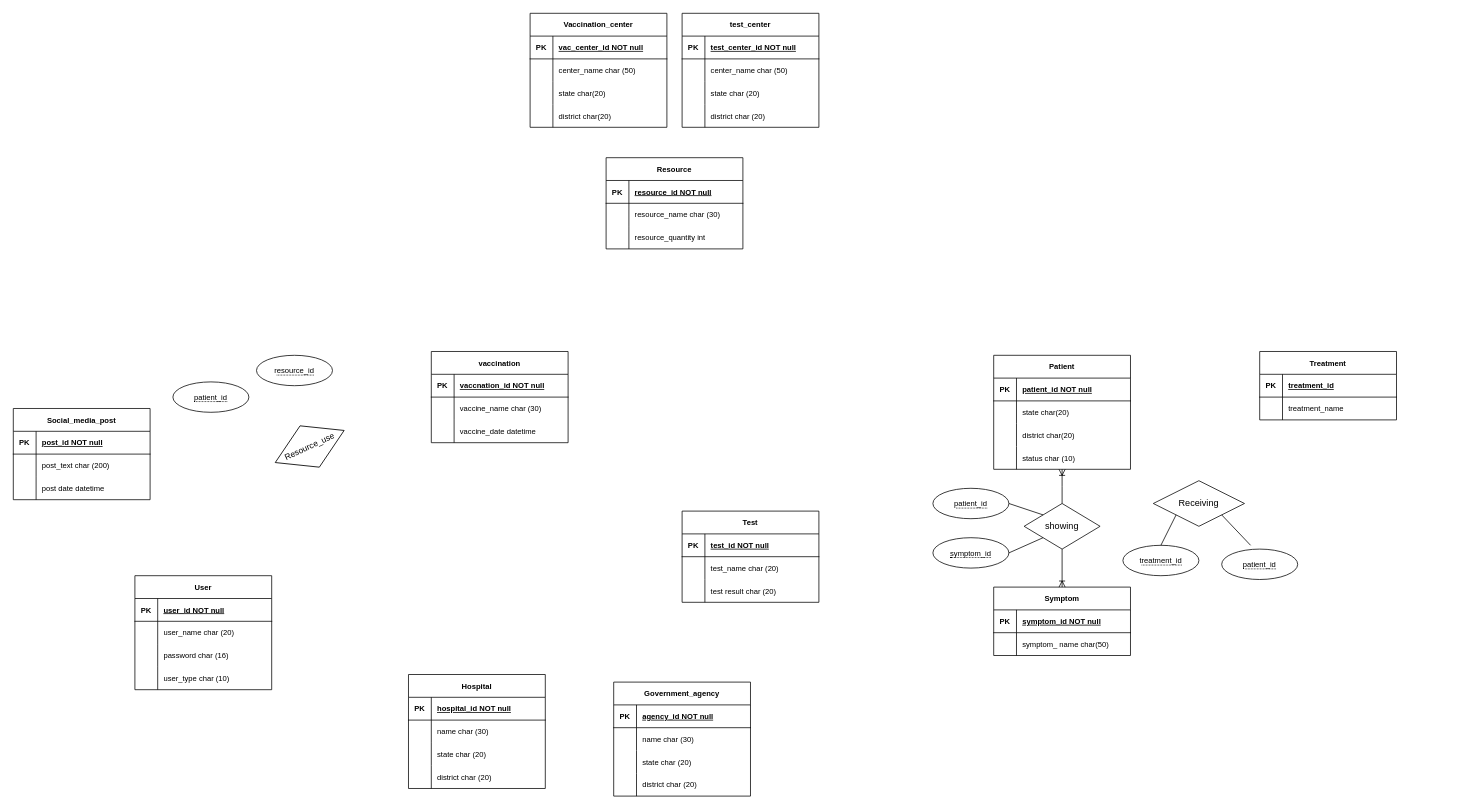
Above: DBMS_Lab/ER.drawio in nespar7/Spring_23 (draw.io), before the change. Source tidied: cells renumbered, new cells numbered last; positions are measured from the earlier drawing's top-left corner, leaving out a move shared by most shapes. Both pictures are drawn from the tidied source at 76%, with x=0, y=0 at pixel (13, 13).
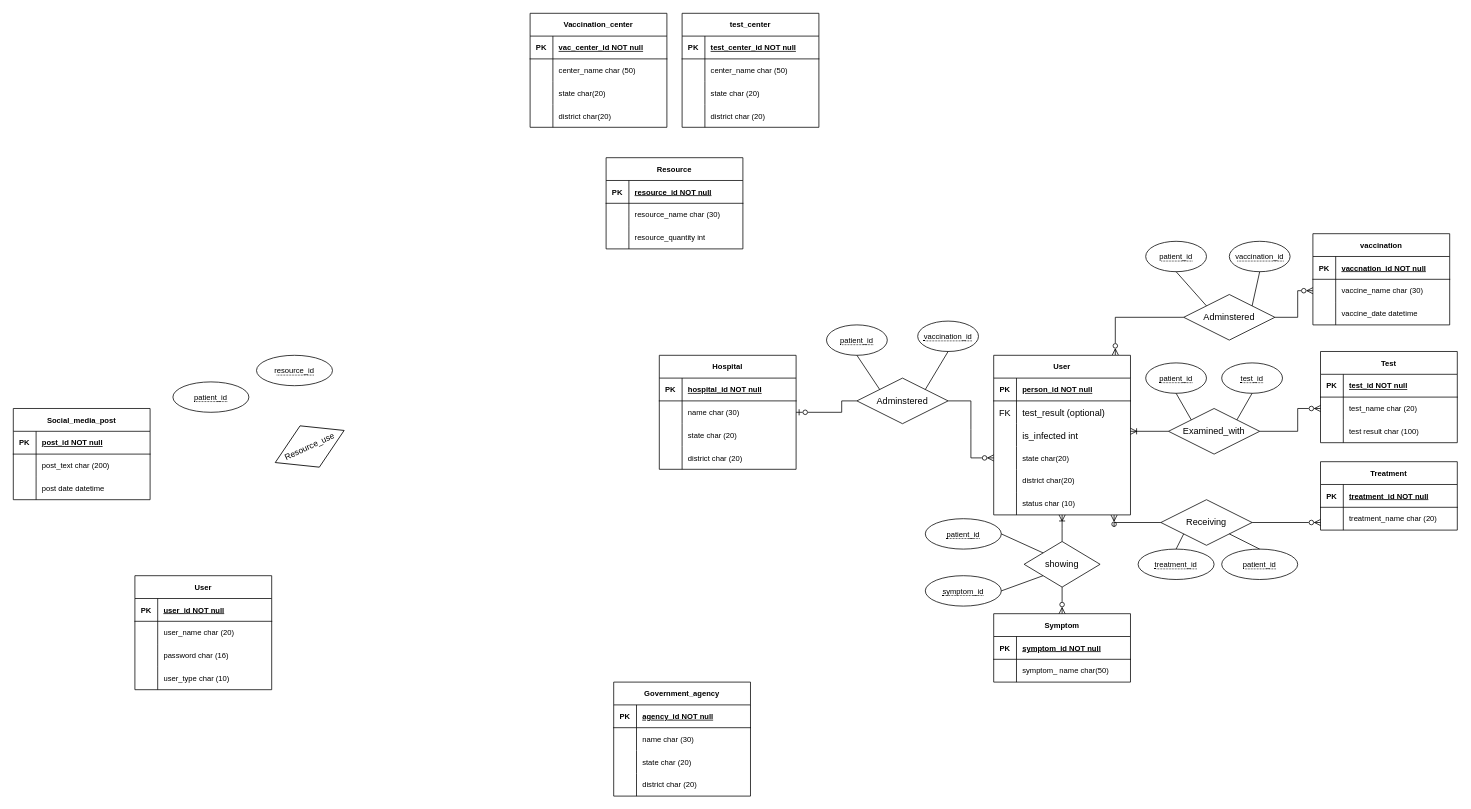
After the change.

The change refers to these unchanged cells:
```xml
<mxCell id="9" value="&lt;span style=&quot;border-bottom: 1px dotted&quot;&gt;patient_id&lt;/span&gt;" style="ellipse;whiteSpace=wrap;html=1;align=center;fontSize=10;rotation=0;" parent="1" vertex="1">
  <mxGeometry x="1590" y="705" width="100" height="40" as="geometry" />
</mxCell>
<mxCell id="19" style="shape=tableRow;horizontal=0;startSize=0;swimlaneHead=0;swimlaneBody=0;fillColor=none;top=0;left=0;right=0;bottom=1;fontSize=10;" parent="18" vertex="1">
  <mxGeometry y="30" width="180" height="30" as="geometry" />
</mxCell>
<mxCell id="61" style="shape=tableRow;horizontal=0;startSize=0;swimlaneHead=0;swimlaneBody=0;fillColor=none;points=[[0,0.5],[1,0.5]];portConstraint=eastwest;top=0;left=0;right=0;bottom=0;fontSize=10;" parent="57" vertex="1">
  <mxGeometry y="60" width="180" height="30" as="geometry" />
</mxCell>
<mxCell id="64" style="shape=tableRow;horizontal=0;startSize=0;swimlaneHead=0;swimlaneBody=0;fillColor=none;top=0;left=0;right=0;bottom=0;fontSize=10;" parent="57" vertex="1">
  <mxGeometry y="90" width="180" height="30" as="geometry" />
</mxCell>
<mxCell id="71" style="shape=tableRow;horizontal=0;startSize=0;swimlaneHead=0;swimlaneBody=0;fillColor=none;points=[[0,0.5],[1,0.5]];portConstraint=eastwest;top=0;left=0;right=0;bottom=0;fontSize=10;" parent="67" vertex="1">
  <mxGeometry y="60" width="180" height="30" as="geometry" />
</mxCell>
<mxCell id="88" style="shape=tableRow;horizontal=0;startSize=0;swimlaneHead=0;swimlaneBody=0;fillColor=none;top=0;left=0;right=0;bottom=1;fontSize=10;" parent="87" vertex="1">
  <mxGeometry y="30" width="180" height="30" as="geometry" />
</mxCell>
<mxCell id="91" style="shape=tableRow;horizontal=0;startSize=0;swimlaneHead=0;swimlaneBody=0;fillColor=none;top=0;left=0;right=0;bottom=0;fontSize=10;" parent="87" vertex="1">
  <mxGeometry y="60" width="180" height="30" as="geometry" />
</mxCell>
<mxCell id="121" style="shape=tableRow;horizontal=0;startSize=0;swimlaneHead=0;swimlaneBody=0;fillColor=none;points=[[0,0.5],[1,0.5]];portConstraint=eastwest;top=0;left=0;right=0;bottom=0;fontSize=10;" parent="117" vertex="1">
  <mxGeometry y="60" width="180" height="30" as="geometry" />
</mxCell>
```

Diff of the diagram source:
```diff
@@
     <mxCell id="2" value="showing" style="shape=rhombus;perimeter=rhombusPerimeter;whiteSpace=wrap;html=1;align=center;shadow=0;sketch=0;rotation=0;" parent="1" vertex="1">
-      <mxGeometry x="1330" y="645" width="100" height="60" as="geometry" />
+      <mxGeometry x="1330" y="695" width="100" height="60" as="geometry" />
     </mxCell>
     <mxCell id="3" value="&lt;span style=&quot;border-bottom: 1px dotted&quot;&gt;symptom_id&lt;/span&gt;" style="ellipse;whiteSpace=wrap;html=1;align=center;fontSize=10;" parent="1" vertex="1">
-      <mxGeometry x="1210" y="690" width="100" height="40" as="geometry" />
+      <mxGeometry x="1200" y="740" width="100" height="40" as="geometry" />
     </mxCell>
     <mxCell id="4" value="&lt;span style=&quot;border-bottom: 1px dotted&quot;&gt;patient_id&lt;/span&gt;" style="ellipse;whiteSpace=wrap;html=1;align=center;fontSize=10;" parent="1" vertex="1">
-      <mxGeometry x="1210" y="625" width="100" height="40" as="geometry" />
+      <mxGeometry x="1200" y="665" width="100" height="40" as="geometry" />
     </mxCell>
@@
     <mxCell id="8" value="&lt;font style=&quot;font-size: 12px;&quot;&gt;Receiving&lt;/font&gt;" style="shape=rhombus;perimeter=rhombusPerimeter;whiteSpace=wrap;html=1;align=center;rounded=0;shadow=0;sketch=0;fontSize=11;rotation=0;" parent="1" vertex="1">
-      <mxGeometry x="1500" y="615" width="120" height="60" as="geometry" />
+      <mxGeometry x="1510" y="640" width="120" height="60" as="geometry" />
     </mxCell>
@@
     <mxCell id="10" value="&lt;span style=&quot;border-bottom: 1px dotted&quot;&gt;treatment_id&lt;/span&gt;" style="ellipse;whiteSpace=wrap;html=1;align=center;fontSize=10;rotation=0;" parent="1" vertex="1">
-      <mxGeometry x="1460" y="700" width="100" height="40" as="geometry" />
+      <mxGeometry x="1480" y="705" width="100" height="40" as="geometry" />
     </mxCell>
     <mxCell id="11" value="Symptom" style="shape=table;startSize=30;childLayout=tableLayout;rowLines=0;fontStyle=1;align=center;fontSize=10;" parent="1" vertex="1">
-      <mxGeometry x="1290" y="755" width="180" height="90" as="geometry" />
+      <mxGeometry x="1290" y="790" width="180" height="90" as="geometry" />
     </mxCell>
@@
-    <mxCell id="18" value="Patient" style="shape=table;startSize=30;childLayout=tableLayout;rowLines=0;fontStyle=1;align=center;fontSize=10;" parent="1" vertex="1">
-      <mxGeometry x="1290" y="450" width="180" height="150" as="geometry" />
+    <mxCell id="18" value="User" style="shape=table;startSize=30;childLayout=tableLayout;rowLines=0;fontStyle=1;align=center;fontSize=10;" parent="1" vertex="1">
+      <mxGeometry x="1290" y="450" width="180" height="210" as="geometry" />
     </mxCell>
@@
-    <mxCell id="21" value="patient_id NOT null" style="shape=partialRectangle;fillColor=none;top=0;left=0;bottom=0;right=0;align=left;spacingLeft=6;fontStyle=5;overflow=hidden;fontSize=10;" parent="19" vertex="1">
+    <mxCell id="21" value="person_id NOT null" style="shape=partialRectangle;fillColor=none;top=0;left=0;bottom=0;right=0;align=left;spacingLeft=6;fontStyle=5;overflow=hidden;fontSize=10;" parent="19" vertex="1">
       <mxGeometry x="30" width="150" height="30" as="geometry" />
     </mxCell>
+    <mxCell id="149" style="shape=tableRow;horizontal=0;startSize=0;swimlaneHead=0;swimlaneBody=0;fillColor=none;top=0;left=0;right=0;bottom=0;" parent="18" vertex="1">
+      <mxGeometry y="60" width="180" height="30" as="geometry" />
+    </mxCell>
+    <mxCell id="150" value="FK" style="shape=partialRectangle;fillColor=none;top=0;left=0;bottom=0;right=0;fontStyle=0;overflow=hidden;" parent="149" vertex="1">
+      <mxGeometry width="30" height="30" as="geometry" />
+    </mxCell>
+    <mxCell id="151" value="test_result (optional)" style="shape=partialRectangle;fillColor=none;top=0;left=0;bottom=0;right=0;align=left;spacingLeft=6;fontStyle=0;overflow=hidden;" parent="149" vertex="1">
+      <mxGeometry x="30" width="150" height="30" as="geometry" />
+    </mxCell>
+    <mxCell id="152" style="shape=tableRow;horizontal=0;startSize=0;swimlaneHead=0;swimlaneBody=0;fillColor=none;top=0;left=0;right=0;bottom=0;" parent="18" vertex="1">
+      <mxGeometry y="90" width="180" height="30" as="geometry" />
+    </mxCell>
+    <mxCell id="153" style="shape=partialRectangle;fillColor=none;top=0;left=0;bottom=0;right=0;overflow=hidden;" parent="152" vertex="1">
+      <mxGeometry width="30" height="30" as="geometry" />
+    </mxCell>
+    <mxCell id="154" value="is_infected int" style="shape=partialRectangle;fillColor=none;top=0;left=0;bottom=0;right=0;align=left;spacingLeft=6;overflow=hidden;" parent="152" vertex="1">
+      <mxGeometry x="30" width="150" height="30" as="geometry" />
+    </mxCell>
     <mxCell id="22" style="shape=tableRow;horizontal=0;startSize=0;swimlaneHead=0;swimlaneBody=0;fillColor=none;points=[[0,0.5],[1,0.5]];portConstraint=eastwest;top=0;left=0;right=0;bottom=0;fontSize=10;" parent="18" vertex="1">
-      <mxGeometry y="60" width="180" height="30" as="geometry" />
+      <mxGeometry y="120" width="180" height="30" as="geometry" />
     </mxCell>
@@
     <mxCell id="25" style="shape=tableRow;horizontal=0;startSize=0;swimlaneHead=0;swimlaneBody=0;fillColor=none;top=0;left=0;right=0;bottom=0;fontSize=10;" parent="18" vertex="1">
-      <mxGeometry y="90" width="180" height="30" as="geometry" />
+      <mxGeometry y="150" width="180" height="30" as="geometry" />
     </mxCell>
@@
     <mxCell id="28" style="shape=tableRow;horizontal=0;startSize=0;swimlaneHead=0;swimlaneBody=0;fillColor=none;points=[[0,0.5],[1,0.5]];portConstraint=eastwest;top=0;left=0;right=0;bottom=0;fontSize=10;" parent="18" vertex="1">
-      <mxGeometry y="120" width="180" height="30" as="geometry" />
+      <mxGeometry y="180" width="180" height="30" as="geometry" />
     </mxCell>
@@
     <mxCell id="57" value="Test" style="shape=table;startSize=30;childLayout=tableLayout;rowLines=0;fontStyle=1;align=center;fontSize=10;" parent="1" vertex="1">
-      <mxGeometry x="880" y="655" width="180" height="120" as="geometry" />
+      <mxGeometry x="1720" y="445" width="180" height="120" as="geometry" />
     </mxCell>
@@
-    <mxCell id="66" value="test result char (20)" style="shape=partialRectangle;fillColor=none;top=0;left=0;bottom=0;right=0;align=left;spacingLeft=6;overflow=hidden;fontSize=10;" parent="64" vertex="1">
+    <mxCell id="66" value="test result char (100)" style="shape=partialRectangle;fillColor=none;top=0;left=0;bottom=0;right=0;align=left;spacingLeft=6;overflow=hidden;fontSize=10;" parent="64" vertex="1">
       <mxGeometry x="30" width="150" height="30" as="geometry" />
     </mxCell>
     <mxCell id="67" value="vaccination" style="shape=table;startSize=30;childLayout=tableLayout;rowLines=0;fontStyle=1;align=center;fontSize=10;" parent="1" vertex="1">
-      <mxGeometry x="550" y="445" width="180" height="120" as="geometry" />
+      <mxGeometry x="1710" y="290" width="180" height="120" as="geometry" />
     </mxCell>
@@
     <mxCell id="87" value="Treatment" style="shape=table;startSize=30;childLayout=tableLayout;rowLines=0;fontStyle=1;align=center;fontSize=10;" parent="1" vertex="1">
-      <mxGeometry x="1640" y="445" width="180" height="90" as="geometry" />
+      <mxGeometry x="1720" y="590" width="180" height="90" as="geometry" />
     </mxCell>
@@
-    <mxCell id="90" value="treatment_id" style="shape=partialRectangle;fillColor=none;top=0;left=0;bottom=0;right=0;align=left;spacingLeft=6;fontStyle=5;overflow=hidden;fontSize=10;" parent="88" vertex="1">
+    <mxCell id="90" value="treatment_id NOT null" style="shape=partialRectangle;fillColor=none;top=0;left=0;bottom=0;right=0;align=left;spacingLeft=6;fontStyle=5;overflow=hidden;fontSize=10;" parent="88" vertex="1">
       <mxGeometry x="30" width="150" height="30" as="geometry" />
     </mxCell>
@@
-    <mxCell id="93" value="treatment_name" style="shape=partialRectangle;fillColor=none;top=0;left=0;bottom=0;right=0;align=left;spacingLeft=6;overflow=hidden;fontSize=10;" parent="91" vertex="1">
+    <mxCell id="93" value="treatment_name char (20)" style="shape=partialRectangle;fillColor=none;top=0;left=0;bottom=0;right=0;align=left;spacingLeft=6;overflow=hidden;fontSize=10;" parent="91" vertex="1">
       <mxGeometry x="30" width="150" height="30" as="geometry" />
     </mxCell>
@@
     <mxCell id="117" value="Hospital" style="shape=table;startSize=30;childLayout=tableLayout;rowLines=0;fontStyle=1;align=center;fontSize=10;" parent="1" vertex="1">
-      <mxGeometry x="520" y="870" width="180" height="150" as="geometry" />
+      <mxGeometry x="850" y="450" width="180" height="150" as="geometry" />
     </mxCell>
@@
-    <mxCell id="143" style="edgeStyle=elbowEdgeStyle;fontSize=12;html=1;endArrow=ERoneToMany;rounded=0;" parent="1" edge="1" source="2" target="28">
+    <mxCell id="143" style="edgeStyle=elbowEdgeStyle;fontSize=12;html=1;endArrow=ERoneToMany;rounded=0;endFill=0;" parent="1" edge="1" source="2" target="28">
       <mxGeometry relative="1" as="geometry" />
     </mxCell>
-    <mxCell id="144" style="edgeStyle=orthogonalEdgeStyle;fontSize=12;html=1;endArrow=ERoneToMany;rounded=0;exitX=0.5;exitY=1;exitDx=0;exitDy=0;" parent="1" edge="1" source="2" target="11">
+    <mxCell id="144" style="edgeStyle=orthogonalEdgeStyle;fontSize=12;html=1;endArrow=ERzeroToMany;rounded=0;exitX=0.5;exitY=1;exitDx=0;exitDy=0;endFill=0;" parent="1" edge="1" source="2" target="11">
       <mxGeometry relative="1" as="geometry" />
     </mxCell>
@@
-    <mxCell id="148" style="endArrow=none;html=1;rounded=0;fontSize=10;exitX=1;exitY=1;exitDx=0;exitDy=0;entryX=0.38;entryY=-0.125;entryDx=0;entryDy=0;entryPerimeter=0;" parent="1" edge="1" source="8" target="9">
+    <mxCell id="148" style="endArrow=none;html=1;rounded=0;fontSize=10;exitX=1;exitY=1;exitDx=0;exitDy=0;entryX=0.5;entryY=0;entryDx=0;entryDy=0;" parent="1" edge="1" source="8" target="9">
       <mxGeometry relative="1" as="geometry" />
     </mxCell>
+    <mxCell id="155" style="edgeStyle=orthogonalEdgeStyle;fontSize=12;html=1;endArrow=ERzeroToMany;rounded=0;exitX=0;exitY=0.5;exitDx=0;exitDy=0;endFill=0;entryX=0.88;entryY=1.007;entryDx=0;entryDy=0;entryPerimeter=0;" parent="1" edge="1" source="8" target="28">
+      <mxGeometry relative="1" as="geometry">
+        <Array as="points">
+          <mxPoint x="1448" y="670" />
+        </Array>
+      </mxGeometry>
+    </mxCell>
+    <mxCell id="156" style="edgeStyle=orthogonalEdgeStyle;fontSize=12;html=1;endArrow=ERzeroToMany;rounded=0;exitX=1;exitY=0.5;exitDx=0;exitDy=0;endFill=0;" parent="1" edge="1" source="8">
+      <mxGeometry relative="1" as="geometry">
+        <mxPoint x="1720" y="670" as="targetPoint" />
+        <Array as="points">
+          <mxPoint x="1720" y="670" />
+        </Array>
+      </mxGeometry>
+    </mxCell>
+    <mxCell id="157" value="&lt;font style=&quot;font-size: 12px;&quot;&gt;Examined_with&lt;/font&gt;" style="shape=rhombus;perimeter=rhombusPerimeter;whiteSpace=wrap;html=1;align=center;rounded=0;shadow=0;sketch=0;fontSize=11;rotation=0;" parent="1" vertex="1">
+      <mxGeometry x="1520" y="520" width="120" height="60" as="geometry" />
+    </mxCell>
+    <mxCell id="158" style="edgeStyle=orthogonalEdgeStyle;fontSize=12;html=1;endArrow=ERoneToMany;rounded=0;exitX=0;exitY=0.5;exitDx=0;exitDy=0;endFill=0;" parent="1" edge="1" source="157">
+      <mxGeometry relative="1" as="geometry">
+        <mxPoint x="1470" y="550" as="targetPoint" />
+        <Array as="points">
+          <mxPoint x="1470" y="550" />
+        </Array>
+      </mxGeometry>
+    </mxCell>
+    <mxCell id="159" style="edgeStyle=orthogonalEdgeStyle;fontSize=12;html=1;endArrow=ERzeroToMany;rounded=0;exitX=1;exitY=0.5;exitDx=0;exitDy=0;entryX=0;entryY=0.5;entryDx=0;entryDy=0;endFill=0;" parent="1" edge="1" source="157" target="61">
+      <mxGeometry relative="1" as="geometry">
+        <Array as="points">
+          <mxPoint x="1690" y="550" />
+          <mxPoint x="1690" y="520" />
+        </Array>
+      </mxGeometry>
+    </mxCell>
+    <mxCell id="160" value="&lt;font style=&quot;font-size: 12px;&quot;&gt;Adminstered&lt;/font&gt;" style="shape=rhombus;perimeter=rhombusPerimeter;whiteSpace=wrap;html=1;align=center;rounded=0;shadow=0;sketch=0;fontSize=11;rotation=0;" parent="1" vertex="1">
+      <mxGeometry x="1540" y="370" width="120" height="60" as="geometry" />
+    </mxCell>
+    <mxCell id="161" style="edgeStyle=orthogonalEdgeStyle;fontSize=12;html=1;endArrow=ERzeroToMany;rounded=0;exitX=1;exitY=0.5;exitDx=0;exitDy=0;entryX=0;entryY=0.5;entryDx=0;entryDy=0;endFill=0;" parent="1" edge="1" source="160" target="71">
+      <mxGeometry relative="1" as="geometry">
+        <Array as="points">
+          <mxPoint x="1690" y="400" />
+          <mxPoint x="1690" y="365" />
+        </Array>
+      </mxGeometry>
+    </mxCell>
+    <mxCell id="162" style="edgeStyle=orthogonalEdgeStyle;fontSize=12;html=1;endArrow=ERzeroToMany;rounded=0;exitX=0;exitY=0.5;exitDx=0;exitDy=0;entryX=0.889;entryY=-0.002;entryDx=0;entryDy=0;entryPerimeter=0;endFill=0;" parent="1" edge="1" source="160" target="18">
+      <mxGeometry relative="1" as="geometry">
+        <Array as="points">
+          <mxPoint x="1450" y="400" />
+        </Array>
+      </mxGeometry>
+    </mxCell>
+    <mxCell id="163" value="&lt;span style=&quot;border-bottom: 1px dotted&quot;&gt;patient_id&lt;/span&gt;" style="ellipse;whiteSpace=wrap;html=1;align=center;fontSize=10;rotation=0;" parent="1" vertex="1">
+      <mxGeometry x="1490" y="460" width="80" height="40" as="geometry" />
+    </mxCell>
+    <mxCell id="164" value="&lt;span style=&quot;border-bottom: 1px dotted&quot;&gt;test_id&lt;/span&gt;" style="ellipse;whiteSpace=wrap;html=1;align=center;fontSize=10;rotation=0;" parent="1" vertex="1">
+      <mxGeometry x="1590" y="460" width="80" height="40" as="geometry" />
+    </mxCell>
+    <mxCell id="165" style="endArrow=none;html=1;rounded=0;fontSize=10;entryX=0;entryY=0;entryDx=0;entryDy=0;exitX=0.5;exitY=1;exitDx=0;exitDy=0;" parent="1" edge="1" source="163" target="157">
+      <mxGeometry relative="1" as="geometry" />
+    </mxCell>
+    <mxCell id="166" style="endArrow=none;html=1;rounded=0;fontSize=10;entryX=1;entryY=0;entryDx=0;entryDy=0;exitX=0.5;exitY=1;exitDx=0;exitDy=0;" parent="1" edge="1" source="164" target="157">
+      <mxGeometry relative="1" as="geometry" />
+    </mxCell>
+    <mxCell id="167" value="&lt;span style=&quot;border-bottom: 1px dotted&quot;&gt;patient_id&lt;/span&gt;" style="ellipse;whiteSpace=wrap;html=1;align=center;fontSize=10;rotation=0;" parent="1" vertex="1">
+      <mxGeometry x="1490" y="300" width="80" height="40" as="geometry" />
+    </mxCell>
+    <mxCell id="168" value="&lt;span style=&quot;border-bottom: 1px dotted&quot;&gt;vaccination_id&lt;/span&gt;" style="ellipse;whiteSpace=wrap;html=1;align=center;fontSize=10;rotation=0;" parent="1" vertex="1">
+      <mxGeometry x="1600" y="300" width="80" height="40" as="geometry" />
+    </mxCell>
+    <mxCell id="169" style="endArrow=none;html=1;rounded=0;fontSize=10;entryX=1;entryY=0;entryDx=0;entryDy=0;exitX=0.5;exitY=1;exitDx=0;exitDy=0;" parent="1" edge="1" source="168" target="160">
+      <mxGeometry relative="1" as="geometry" />
+    </mxCell>
+    <mxCell id="170" style="endArrow=none;html=1;rounded=0;fontSize=10;entryX=0;entryY=0;entryDx=0;entryDy=0;exitX=0.5;exitY=1;exitDx=0;exitDy=0;" parent="1" edge="1" source="167" target="160">
+      <mxGeometry relative="1" as="geometry" />
+    </mxCell>
+    <mxCell id="171" value="&lt;font style=&quot;font-size: 12px;&quot;&gt;Adminstered&lt;/font&gt;" style="shape=rhombus;perimeter=rhombusPerimeter;whiteSpace=wrap;html=1;align=center;rounded=0;shadow=0;sketch=0;fontSize=11;rotation=0;" parent="1" vertex="1">
+      <mxGeometry x="1110" y="480" width="120" height="60" as="geometry" />
+    </mxCell>
+    <mxCell id="172" value="&lt;span style=&quot;border-bottom: 1px dotted&quot;&gt;patient_id&lt;/span&gt;" style="ellipse;whiteSpace=wrap;html=1;align=center;fontSize=10;rotation=0;" parent="1" vertex="1">
+      <mxGeometry x="1070" y="410" width="80" height="40" as="geometry" />
+    </mxCell>
+    <mxCell id="173" value="&lt;span style=&quot;border-bottom: 1px dotted&quot;&gt;vaccination_id&lt;/span&gt;" style="ellipse;whiteSpace=wrap;html=1;align=center;fontSize=10;rotation=0;" parent="1" vertex="1">
+      <mxGeometry x="1190" y="405" width="80" height="40" as="geometry" />
+    </mxCell>
+    <mxCell id="174" style="endArrow=none;html=1;rounded=0;fontSize=10;entryX=1;entryY=0;entryDx=0;entryDy=0;exitX=0.5;exitY=1;exitDx=0;exitDy=0;" parent="1" edge="1" source="173" target="171">
+      <mxGeometry relative="1" as="geometry" />
+    </mxCell>
+    <mxCell id="175" style="endArrow=none;html=1;rounded=0;fontSize=10;entryX=0;entryY=0;entryDx=0;entryDy=0;exitX=0.5;exitY=1;exitDx=0;exitDy=0;" parent="1" edge="1" source="172" target="171">
+      <mxGeometry relative="1" as="geometry" />
+    </mxCell>
+    <mxCell id="176" style="edgeStyle=orthogonalEdgeStyle;fontSize=12;html=1;endArrow=ERzeroToOne;rounded=0;entryX=1;entryY=0.5;entryDx=0;entryDy=0;exitX=0;exitY=0.5;exitDx=0;exitDy=0;endFill=0;" parent="1" edge="1" source="171" target="121">
+      <mxGeometry relative="1" as="geometry">
+        <Array as="points">
+          <mxPoint x="1090" y="510" />
+          <mxPoint x="1090" y="525" />
+        </Array>
+      </mxGeometry>
+    </mxCell>
+    <mxCell id="177" style="edgeStyle=entityRelationEdgeStyle;fontSize=12;html=1;endArrow=ERzeroToMany;rounded=0;exitX=1;exitY=0.5;exitDx=0;exitDy=0;entryX=0;entryY=0.5;entryDx=0;entryDy=0;endFill=0;" parent="1" edge="1" source="171" target="22">
+      <mxGeometry relative="1" as="geometry" />
+    </mxCell>
```
